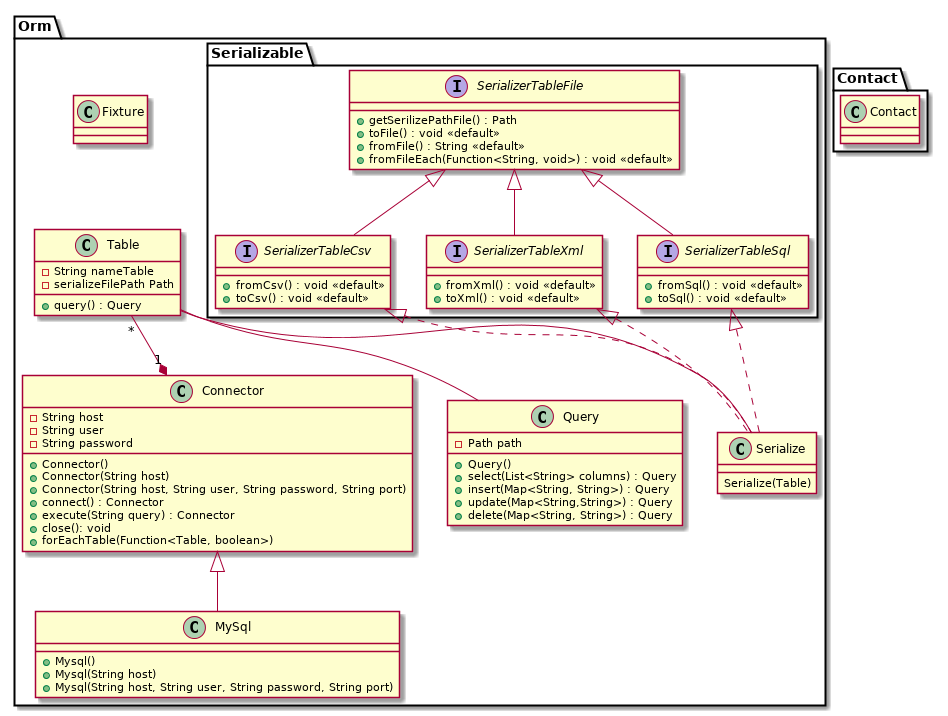
This is doc/class/models.png from Izanami/autoconcept-app, a PlantUML export, as it was before one commit.
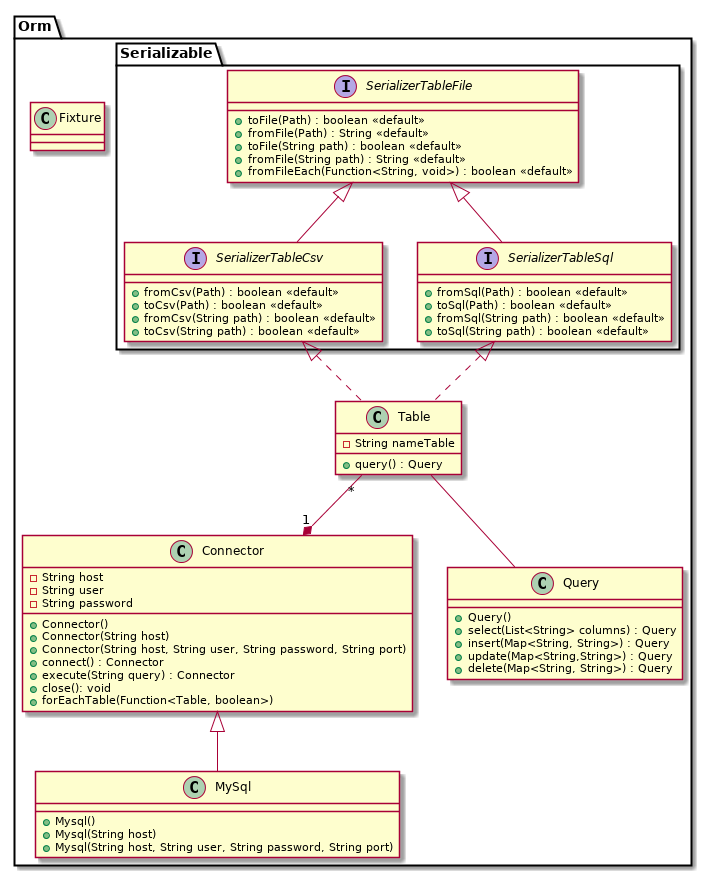
The same diagram one commit later.

Change to the diagram source:
```diff
@@ -2,26 +2,27 @@
 package Orm {
 
 package Serializable {
+
 interface SerializerTableFile {
-    + getSerilizePathFile() : Path
-    + toFile() : void <<default>>
-    + fromFile() : String <<default>>
-    + fromFileEach(Function<String, void>) : void <<default>>
+    + toFile(Path) : boolean <<default>>
+    + fromFile(Path) : String <<default>>
+    + toFile(String path) : boolean <<default>>
+    + fromFile(String path) : String <<default>>
+    + fromFileEach(Function<String, void>) : boolean <<default>>
 }
 
 interface SerializerTableCsv{
-    + fromCsv() : void <<default>>
-    + toCsv() : void <<default>>
-}
-
-interface SerializerTableXml{
-    + fromXml() : void <<default>>
-    + toXml() : void <<default>>
+    + fromCsv(Path) : boolean <<default>>
+    + toCsv(Path) : boolean <<default>>
+    + fromCsv(String path) : boolean <<default>>
+    + toCsv(String path) : boolean <<default>>
 }
 
 interface SerializerTableSql{
-    + fromSql() : void <<default>>
-    + toSql() : void <<default>>
+    + fromSql(Path) : boolean <<default>>
+    + toSql(Path) : boolean <<default>>
+    + fromSql(String path) : boolean <<default>>
+    + toSql(String path) : boolean <<default>>
 }
 
 }
@@ -48,11 +49,9 @@
 }
 
 class Fixture {
-
 }
 
 class Query {
-    - Path path
 
     + Query()
 
@@ -62,34 +61,19 @@
     + delete(Map<String, String>) : Query
 }
 
-class Serialize {
-    Serialize(Table)
-}
-
 class Table {
     - String nameTable
-    - serializeFilePath Path
-
     + query() : Query
 }
 
 Connector <|-- MySql
 Table "*" --* "1" Connector
 Table -- Query
-Table -- Serialize
 
-SerializerTableSql <|.. Serialize
-SerializerTableCsv <|.. Serialize
-SerializerTableXml <|.. Serialize
+SerializerTableSql  <|.. Table
+SerializerTableCsv  <|.. Table
 SerializerTableFile  <|-- SerializerTableCsv
-SerializerTableFile  <|-- SerializerTableXml
 SerializerTableFile  <|-- SerializerTableSql
 }
 
-package Contact {
-class Contact {
-
-}
-}
-
 @enduml
```
